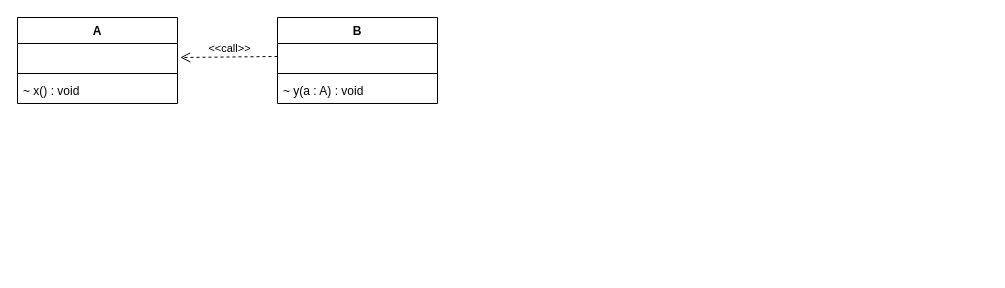
Earlier version of the draw.io diagram Tag_4/Java.drawio (McLutzifer/WIFI_SW-Engineering). Source tidied: cells renumbered, new cells numbered last; positions are measured from the earlier drawing's top-left corner, leaving out a move shared by most shapes. Both pictures are drawn from the tidied source at 100%, with x=0, y=0 at pixel (17, 17).
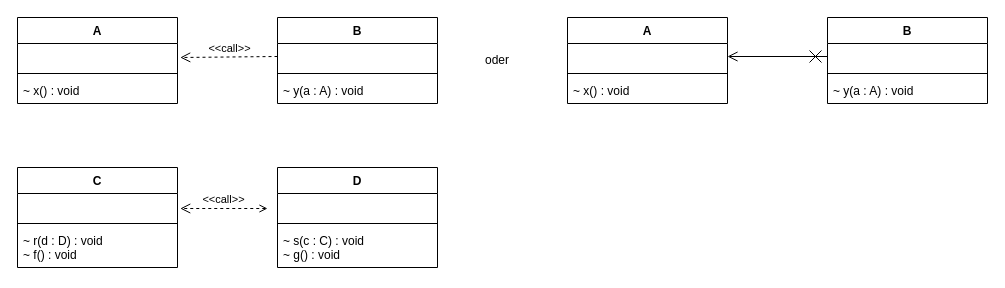
The same page after the edit.

Diff of the diagram source:
```diff
@@
+    <mxCell id="11" value="A" style="swimlane;fontStyle=1;align=center;verticalAlign=top;horizontal=1;startSize=26;whiteSpace=wrap;html=1;" parent="1" vertex="1">
+      <mxGeometry x="550" width="160" height="86" as="geometry" />
+    </mxCell>
+    <mxCell id="12" value="&amp;nbsp;" style="text;strokeColor=none;fillColor=none;align=left;verticalAlign=top;spacingLeft=4;spacingRight=4;overflow=hidden;points=[[0,0.5],[1,0.5]];portConstraint=eastwest;whiteSpace=wrap;html=1;" parent="11" vertex="1">
+      <mxGeometry y="26" width="160" height="26" as="geometry" />
+    </mxCell>
+    <mxCell id="13" style="line;strokeWidth=1;fillColor=none;align=left;verticalAlign=middle;spacingTop=-1;spacingLeft=3;spacingRight=3;labelPosition=right;strokeColor=inherit;" parent="11" vertex="1">
+      <mxGeometry y="52" width="160" height="8" as="geometry" />
+    </mxCell>
+    <mxCell id="14" value="~ x() : void" style="text;strokeColor=none;fillColor=none;align=left;verticalAlign=top;spacingLeft=4;spacingRight=4;overflow=hidden;whiteSpace=wrap;html=1;" parent="11" vertex="1">
+      <mxGeometry y="60" width="160" height="26" as="geometry" />
+    </mxCell>
+    <mxCell id="15" value="B" style="swimlane;fontStyle=1;align=center;verticalAlign=top;horizontal=1;startSize=26;whiteSpace=wrap;html=1;" parent="1" vertex="1">
+      <mxGeometry x="810" width="160" height="86" as="geometry" />
+    </mxCell>
+    <mxCell id="16" value="&amp;nbsp;" style="text;strokeColor=none;fillColor=none;align=left;verticalAlign=top;spacingLeft=4;spacingRight=4;overflow=hidden;points=[[0,0.5],[1,0.5]];portConstraint=eastwest;whiteSpace=wrap;html=1;" parent="15" vertex="1">
+      <mxGeometry y="26" width="160" height="26" as="geometry" />
+    </mxCell>
+    <mxCell id="17" style="line;strokeWidth=1;fillColor=none;align=left;verticalAlign=middle;spacingTop=-1;spacingLeft=3;spacingRight=3;labelPosition=right;strokeColor=inherit;" parent="15" vertex="1">
+      <mxGeometry y="52" width="160" height="8" as="geometry" />
+    </mxCell>
+    <mxCell id="18" value="~ y(a : A) : void" style="text;strokeColor=none;fillColor=none;align=left;verticalAlign=top;spacingLeft=4;spacingRight=4;overflow=hidden;whiteSpace=wrap;html=1;" parent="15" vertex="1">
+      <mxGeometry y="60" width="160" height="26" as="geometry" />
+    </mxCell>
+    <mxCell id="19" style="endArrow=open;startArrow=cross;endFill=0;startFill=0;endSize=8;startSize=10;html=1;rounded=0;entryX=1;entryY=0.5;entryDx=0;entryDy=0;exitX=0;exitY=0.5;exitDx=0;exitDy=0;" parent="1" edge="1" source="16" target="12">
+      <mxGeometry relative="1" as="geometry" />
+    </mxCell>
+    <mxCell id="20" value="oder" style="text;html=1;strokeColor=none;fillColor=none;align=center;verticalAlign=middle;whiteSpace=wrap;rounded=0;" parent="1" vertex="1">
+      <mxGeometry x="450" y="28" width="60" height="30" as="geometry" />
+    </mxCell>
+    <mxCell id="21" value="C" style="swimlane;fontStyle=1;align=center;verticalAlign=top;horizontal=1;startSize=26;whiteSpace=wrap;html=1;" parent="1" vertex="1">
+      <mxGeometry y="150" width="160" height="100" as="geometry" />
+    </mxCell>
+    <mxCell id="22" value="&amp;nbsp;" style="text;strokeColor=none;fillColor=none;align=left;verticalAlign=top;spacingLeft=4;spacingRight=4;overflow=hidden;points=[[0,0.5],[1,0.5]];portConstraint=eastwest;whiteSpace=wrap;html=1;" parent="21" vertex="1">
+      <mxGeometry y="26" width="160" height="26" as="geometry" />
+    </mxCell>
+    <mxCell id="23" style="line;strokeWidth=1;fillColor=none;align=left;verticalAlign=middle;spacingTop=-1;spacingLeft=3;spacingRight=3;labelPosition=right;strokeColor=inherit;" parent="21" vertex="1">
+      <mxGeometry y="52" width="160" height="8" as="geometry" />
+    </mxCell>
+    <mxCell id="24" value="&lt;div&gt;~ r(d : D) : void&lt;/div&gt;&lt;div&gt;~ f() : void&lt;br&gt;&lt;/div&gt;" style="text;strokeColor=none;fillColor=none;align=left;verticalAlign=top;spacingLeft=4;spacingRight=4;overflow=hidden;whiteSpace=wrap;html=1;" parent="21" vertex="1">
+      <mxGeometry y="60" width="160" height="40" as="geometry" />
+    </mxCell>
+    <mxCell id="25" value="D" style="swimlane;fontStyle=1;align=center;verticalAlign=top;horizontal=1;startSize=26;whiteSpace=wrap;html=1;" parent="1" vertex="1">
+      <mxGeometry x="260" y="150" width="160" height="100" as="geometry" />
+    </mxCell>
+    <mxCell id="26" value="&amp;nbsp;" style="text;strokeColor=none;fillColor=none;align=left;verticalAlign=top;spacingLeft=4;spacingRight=4;overflow=hidden;whiteSpace=wrap;html=1;" parent="25" vertex="1">
+      <mxGeometry y="26" width="160" height="26" as="geometry" />
+    </mxCell>
+    <mxCell id="27" style="line;strokeWidth=1;fillColor=none;align=left;verticalAlign=middle;spacingTop=-1;spacingLeft=3;spacingRight=3;labelPosition=right;strokeColor=inherit;" parent="25" vertex="1">
+      <mxGeometry y="52" width="160" height="8" as="geometry" />
+    </mxCell>
+    <mxCell id="28" value="&lt;div&gt;~ s(c : C) : void&lt;/div&gt;&lt;div&gt;~ g() : void&lt;br&gt;&lt;/div&gt;" style="text;strokeColor=none;fillColor=none;align=left;verticalAlign=top;spacingLeft=4;spacingRight=4;overflow=hidden;whiteSpace=wrap;html=1;" parent="25" vertex="1">
+      <mxGeometry y="60" width="160" height="40" as="geometry" />
+    </mxCell>
+    <mxCell id="29" value="&amp;lt;&amp;lt;call&amp;gt;&amp;gt;" style="html=1;verticalAlign=bottom;endArrow=open;dashed=1;endSize=8;edgeStyle=elbowEdgeStyle;elbow=vertical;curved=0;rounded=0;entryX=1.017;entryY=0.564;entryDx=0;entryDy=0;entryPerimeter=0;startArrow=open;startFill=0;" parent="1" edge="1" target="22">
+      <mxGeometry relative="1" as="geometry">
+        <mxPoint x="250" y="191" as="sourcePoint" />
+      </mxGeometry>
+    </mxCell>
```
